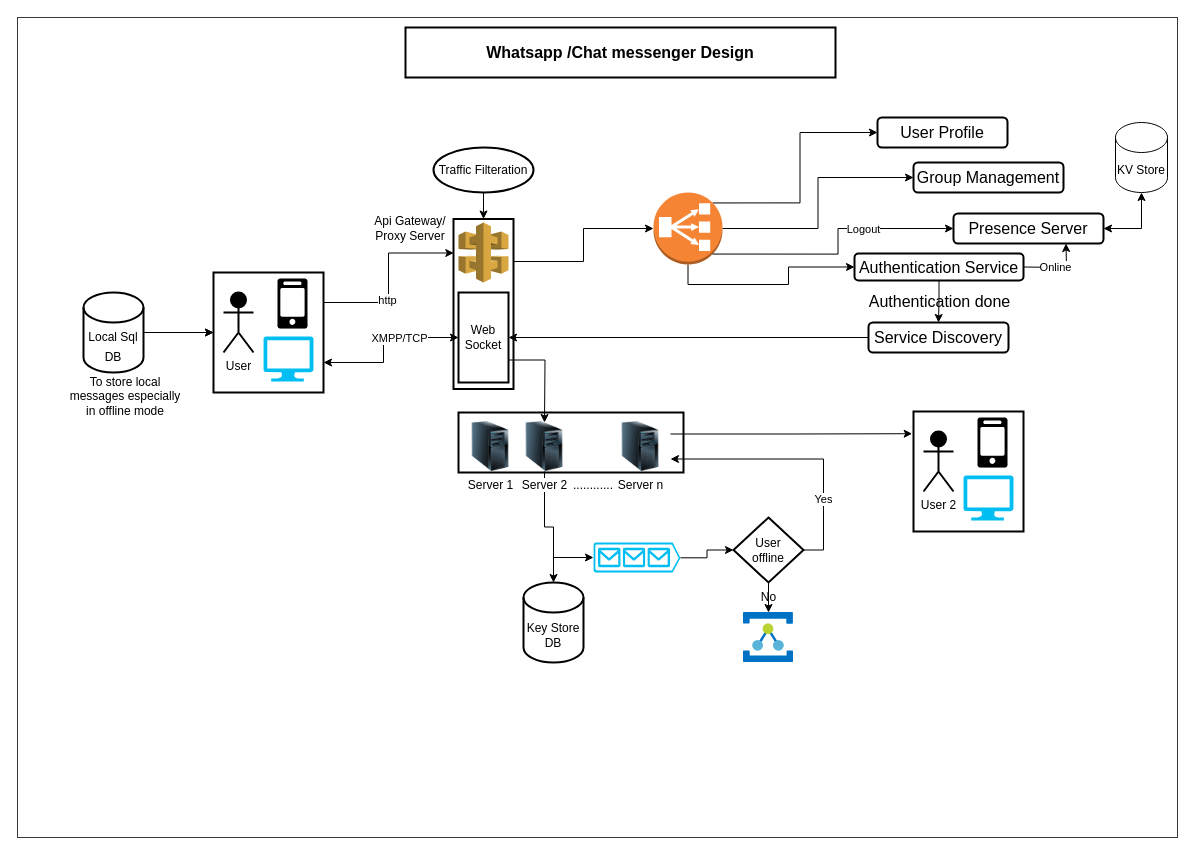
vaibhavjain1/app.diagrams.net keeps this draw.io diagram as page "Whatsapp/Chat Messanger" (1 of 5) of Design Systems.drawio. Above is the earlier version. Source tidied: cells renumbered, new cells numbered last; positions are measured from the earlier drawing's top-left corner, leaving out a move shared by most shapes. Both pictures are drawn from the tidied source at 100%, with x=0, y=0 at pixel (17, 17).
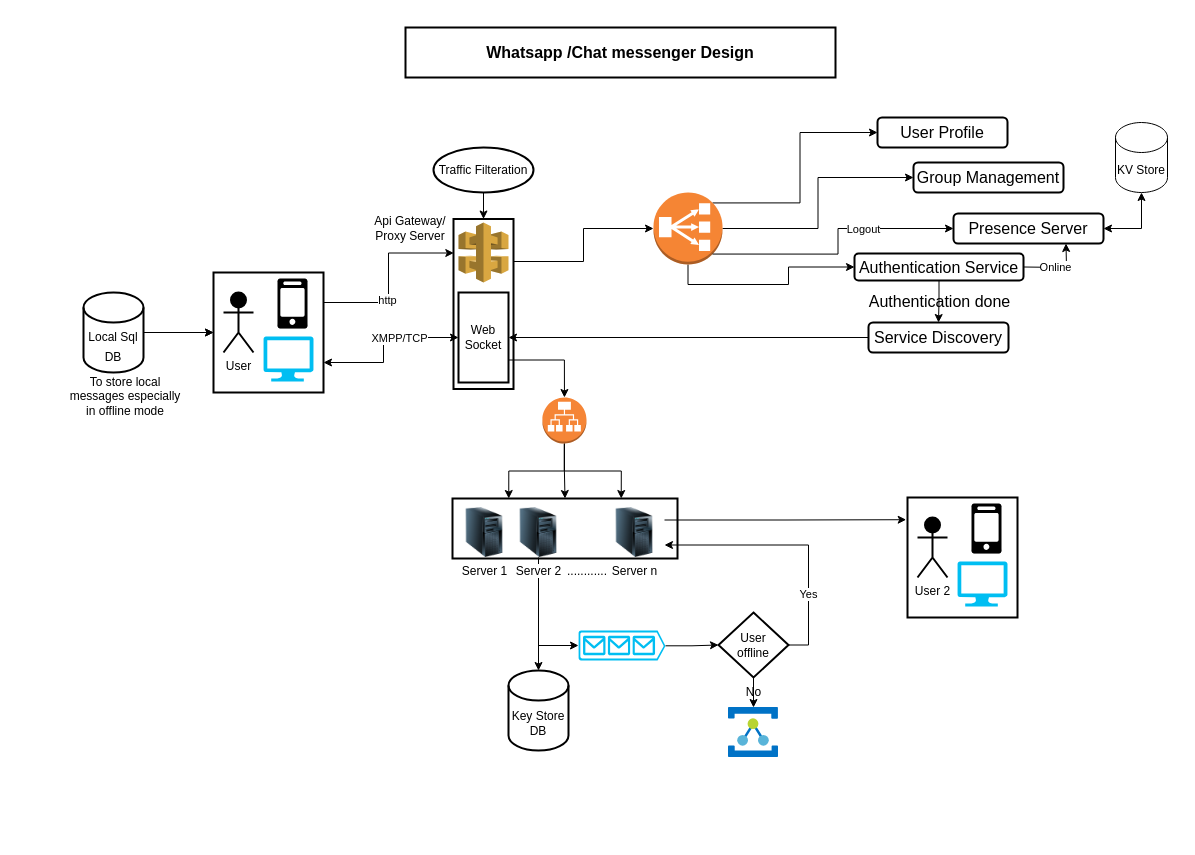
The same page after the edit.

The change refers to these unchanged cells:
```xml
<mxCell id="30" value="Web&lt;br&gt;Socket" style="rounded=0;whiteSpace=wrap;html=1;strokeColor=#000000;strokeWidth=2;fontSize=12;fontColor=#000000;fillColor=#FFFFFF;" parent="1" vertex="1">
  <mxGeometry x="441" y="275" width="50" height="90" as="geometry" />
</mxCell>
```

Diff of the diagram source:
```diff
@@
-    <mxCell id="2" style="rounded=0;whiteSpace=wrap;html=1;fillColor=#FFFFFF;strokeColor=#36393d;" parent="1" vertex="1">
-      <mxGeometry width="1160" height="820" as="geometry" />
-    </mxCell>
@@
-    <mxCell id="29" style="edgeStyle=orthogonalEdgeStyle;rounded=0;jettySize=auto;html=1;exitX=1;exitY=0.75;exitDx=0;exitDy=0;labelBackgroundColor=none;strokeColor=#000000;fontSize=12;fontColor=#000000;" parent="1" edge="1" source="30">
-      <mxGeometry relative="1" as="geometry">
-        <mxPoint x="527" y="405" as="targetPoint" />
-      </mxGeometry>
-    </mxCell>
@@
     <mxCell id="34" style="rounded=0;whiteSpace=wrap;html=1;strokeColor=#000000;strokeWidth=2;fontSize=12;fontColor=#000000;fillColor=none;" parent="1" vertex="1">
-      <mxGeometry x="441" y="395" width="225" height="60" as="geometry" />
+      <mxGeometry x="435" y="481" width="225" height="60" as="geometry" />
     </mxCell>
     <mxCell id="35" value="&lt;span style=&quot;background-color: rgb(255, 255, 255);&quot;&gt;Server 1&lt;/span&gt;" style="image;html=1;image=img/lib/clip_art/computers/Server_Tower_128x128.png;strokeColor=#000000;strokeWidth=2;fontSize=12;fontColor=#000000;fillColor=#FFFFFF;" parent="1" vertex="1">
-      <mxGeometry x="443" y="404" width="60" height="50" as="geometry" />
+      <mxGeometry x="437" y="490" width="60" height="50" as="geometry" />
     </mxCell>
@@
     <mxCell id="37" value="&lt;span style=&quot;background-color: rgb(255, 255, 255);&quot;&gt;Server 2&lt;/span&gt;" style="image;html=1;image=img/lib/clip_art/computers/Server_Tower_128x128.png;strokeColor=#000000;strokeWidth=2;fontSize=12;fontColor=#000000;fillColor=#FFFFFF;" parent="1" vertex="1">
-      <mxGeometry x="497" y="404" width="60" height="50" as="geometry" />
+      <mxGeometry x="491" y="490" width="60" height="50" as="geometry" />
     </mxCell>
@@
     <mxCell id="39" value="&lt;span style=&quot;background-color: rgb(255, 255, 255);&quot;&gt;Server n&lt;/span&gt;" style="image;html=1;image=img/lib/clip_art/computers/Server_Tower_128x128.png;strokeColor=#000000;strokeWidth=2;fontSize=12;fontColor=#000000;fillColor=#FFFFFF;" parent="1" vertex="1">
-      <mxGeometry x="593" y="404" width="60" height="50" as="geometry" />
+      <mxGeometry x="587" y="490" width="60" height="50" as="geometry" />
     </mxCell>
     <mxCell id="40" value="............" style="text;html=1;strokeColor=none;fillColor=none;align=center;verticalAlign=middle;whiteSpace=wrap;rounded=0;labelBackgroundColor=#FFFFFF;strokeWidth=2;fontSize=12;fontColor=#000000;" parent="1" vertex="1">
-      <mxGeometry x="546" y="453" width="60" height="30" as="geometry" />
+      <mxGeometry x="540" y="539" width="60" height="30" as="geometry" />
     </mxCell>
     <mxCell id="41" value="Key Store&lt;br&gt;DB" style="shape=cylinder3;whiteSpace=wrap;html=1;boundedLbl=1;backgroundOutline=1;size=15;labelBackgroundColor=#FFFFFF;strokeColor=#000000;strokeWidth=2;fontSize=12;fontColor=#000000;fillColor=#FFFFFF;" parent="1" vertex="1">
-      <mxGeometry x="506" y="565" width="60" height="80" as="geometry" />
+      <mxGeometry x="491" y="653" width="60" height="80" as="geometry" />
     </mxCell>
@@
     <mxCell id="43" style="verticalLabelPosition=bottom;html=1;verticalAlign=top;align=center;strokeColor=none;fillColor=#00BEF2;shape=mxgraph.azure.queue_generic;labelBackgroundColor=#FFFFFF;strokeWidth=2;fontSize=12;fontColor=#000000;" parent="1" vertex="1">
-      <mxGeometry x="576" y="525" width="87" height="30" as="geometry" />
+      <mxGeometry x="561" y="613" width="87" height="30" as="geometry" />
     </mxCell>
@@
     <mxCell id="47" value="User&lt;br&gt;offline" style="rhombus;whiteSpace=wrap;html=1;labelBackgroundColor=#FFFFFF;strokeColor=#000000;strokeWidth=2;fontSize=12;fontColor=#000000;fillColor=#FFFFFF;" parent="1" vertex="1">
-      <mxGeometry x="716" y="500" width="70" height="65" as="geometry" />
+      <mxGeometry x="701" y="595" width="70" height="65" as="geometry" />
     </mxCell>
     <mxCell id="48" style="sketch=0;html=1;points=[];align=center;image;fontSize=12;image=img/lib/mscae/Service_Bus_Relay.svg;labelBackgroundColor=#FFFFFF;strokeColor=#000000;strokeWidth=2;fontColor=#000000;fillColor=#FFFFFF;" parent="1" vertex="1">
-      <mxGeometry x="726" y="595" width="50" height="50" as="geometry" />
+      <mxGeometry x="711" y="690" width="50" height="50" as="geometry" />
     </mxCell>
     <mxCell id="49" style="rounded=0;whiteSpace=wrap;html=1;strokeColor=#000000;strokeWidth=2;fontSize=16;fontColor=#000000;fillColor=none;" parent="1" vertex="1">
-      <mxGeometry x="896" y="394" width="110" height="120" as="geometry" />
+      <mxGeometry x="890" y="480" width="110" height="120" as="geometry" />
     </mxCell>
     <mxCell id="50" style="verticalLabelPosition=bottom;html=1;verticalAlign=top;align=center;strokeColor=none;fillColor=#00BEF2;shape=mxgraph.azure.computer;strokeWidth=2;fontSize=12;fontColor=#000000;" parent="1" vertex="1">
-      <mxGeometry x="946" y="458" width="50" height="45" as="geometry" />
+      <mxGeometry x="940" y="544" width="50" height="45" as="geometry" />
     </mxCell>
     <mxCell id="51" style="dashed=0;verticalLabelPosition=bottom;verticalAlign=top;align=center;html=1;shape=mxgraph.aws3.mobile_client;fillColor=#000000;gradientColor=none;strokeColor=#000000;strokeWidth=2;fontSize=12;fontColor=#000000;" parent="1" vertex="1">
-      <mxGeometry x="960" y="400" width="30" height="50" as="geometry" />
+      <mxGeometry x="954" y="486" width="30" height="50" as="geometry" />
     </mxCell>
     <mxCell id="52" value="User 2" style="shape=umlActor;verticalLabelPosition=bottom;verticalAlign=top;html=1;strokeColor=#000000;strokeWidth=2;fontSize=12;fontColor=#000000;fillColor=#000000;" parent="1" vertex="1">
-      <mxGeometry x="906" y="414" width="30" height="60" as="geometry" />
+      <mxGeometry x="900" y="500" width="30" height="60" as="geometry" />
     </mxCell>
@@
     <mxCell id="54" style="endArrow=classic;html=1;rounded=0;entryX=0;entryY=0.5;entryDx=0;entryDy=0;entryPerimeter=0;" parent="1" edge="1" target="43">
       <mxGeometry relative="1" as="geometry">
-        <mxPoint x="536" y="540" as="sourcePoint" />
+        <mxPoint x="521" y="628" as="sourcePoint" />
       </mxGeometry>
     </mxCell>
@@
+    <mxCell id="62" style="edgeStyle=orthogonalEdgeStyle;rounded=0;jettySize=auto;html=1;" parent="1" edge="1" source="65" target="34">
+      <mxGeometry relative="1" as="geometry" />
+    </mxCell>
+    <mxCell id="63" style="edgeStyle=orthogonalEdgeStyle;rounded=0;jettySize=auto;html=1;entryX=0.75;entryY=0;entryDx=0;entryDy=0;" parent="1" edge="1" source="65" target="34">
+      <mxGeometry relative="1" as="geometry" />
+    </mxCell>
+    <mxCell id="64" style="edgeStyle=orthogonalEdgeStyle;rounded=0;jettySize=auto;html=1;entryX=0.25;entryY=0;entryDx=0;entryDy=0;" parent="1" edge="1" source="65" target="34">
+      <mxGeometry relative="1" as="geometry" />
+    </mxCell>
+    <mxCell id="65" style="outlineConnect=0;dashed=0;verticalLabelPosition=bottom;verticalAlign=top;align=center;html=1;shape=mxgraph.aws3.application_load_balancer;fillColor=#F58536;gradientColor=none;" parent="1" vertex="1">
+      <mxGeometry x="524.9" y="380" width="44.1" height="46" as="geometry" />
+    </mxCell>
+    <mxCell id="66" style="edgeStyle=orthogonalEdgeStyle;rounded=0;jettySize=auto;html=1;exitX=1;exitY=0.75;exitDx=0;exitDy=0;entryX=0.5;entryY=0;entryDx=0;entryDy=0;entryPerimeter=0;" parent="1" edge="1" source="30" target="65">
+      <mxGeometry relative="1" as="geometry" />
+    </mxCell>
```
